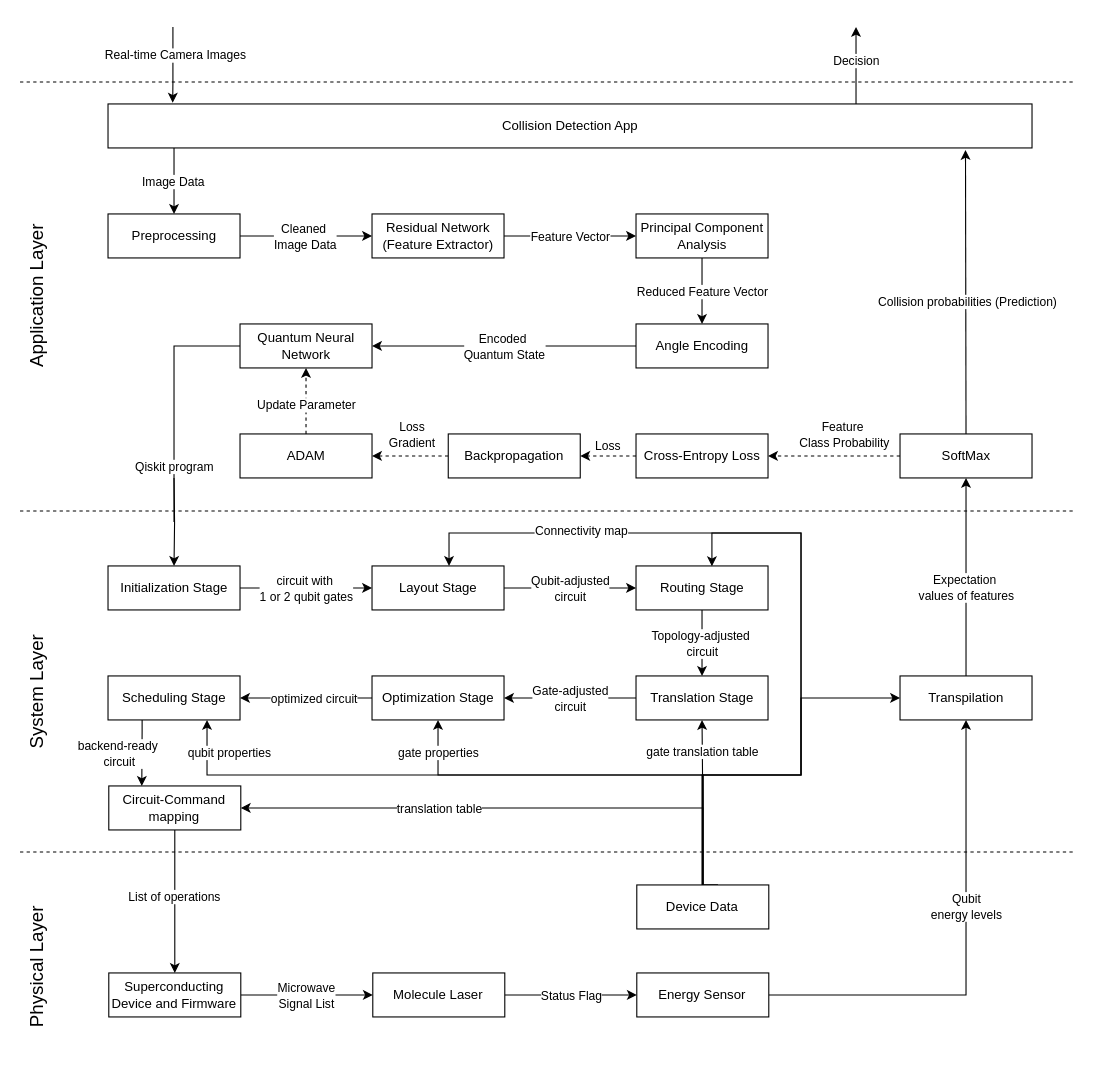
Before: page "scenario4" (4 of 4) of docs/scenario-based-analysis/images/scenarios.drawio in FullStaQD/architecture, a draw.io diagram. Source tidied: cells renumbered, new cells numbered last; positions are measured from the earlier drawing's top-left corner, leaving out a move shared by most shapes. Both pictures are drawn from the tidied source at 110%, with x=0, y=0 at pixel (-57, 26).
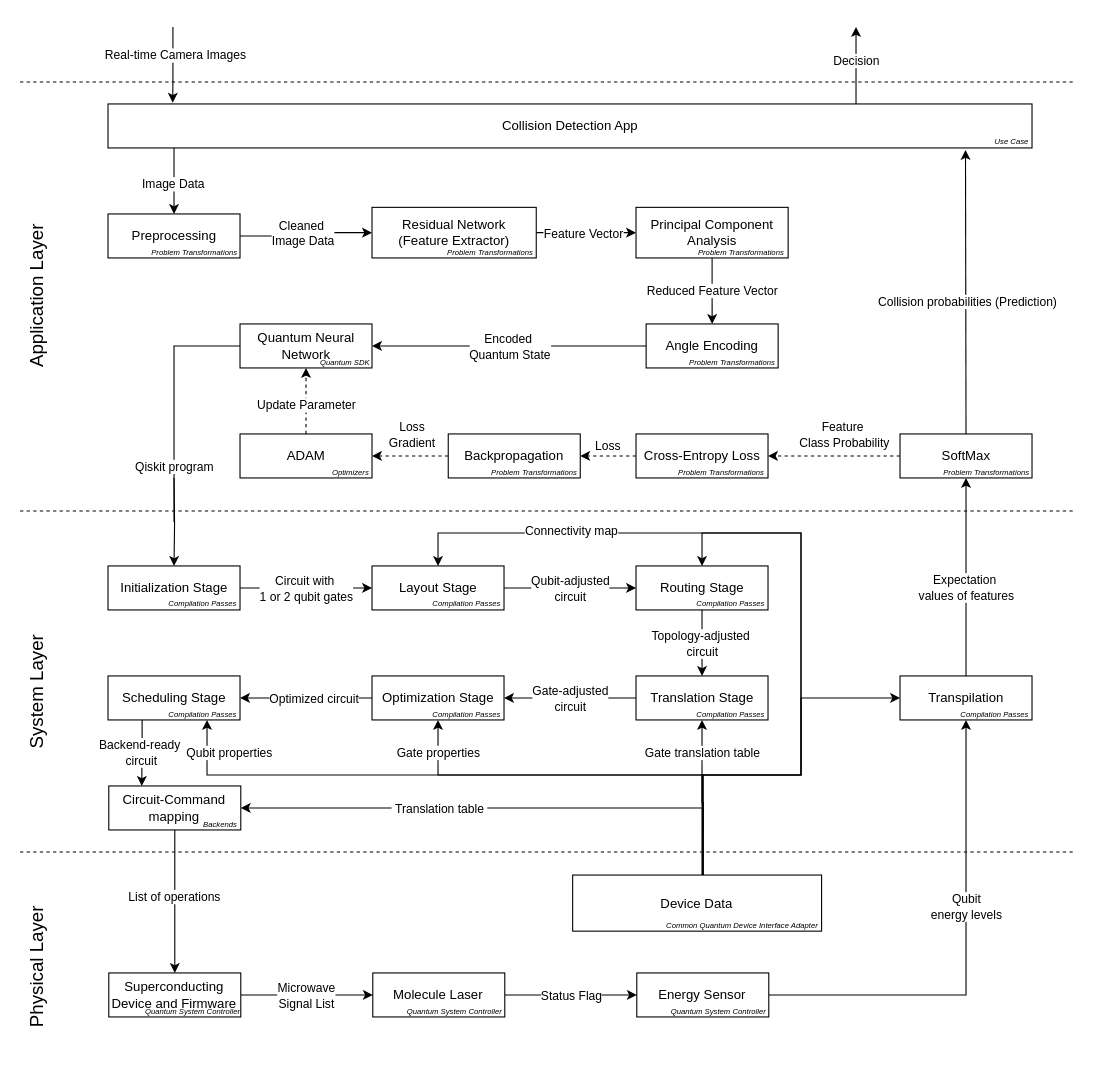
Above is the later version.

The change refers to these unchanged cells:
```xml
<mxCell id="13" style="edgeStyle=orthogonalEdgeStyle;rounded=0;jettySize=auto;html=1;entryX=0;entryY=0.5;entryDx=0;entryDy=0;" parent="1" edge="1" source="16" target="12">
  <mxGeometry relative="1" as="geometry" />
</mxCell>
<mxCell id="27" value="Routing Stage" style="rounded=0;whiteSpace=wrap;html=1;" parent="1" vertex="1">
  <mxGeometry x="629.7" y="490" width="120" height="40" as="geometry" />
</mxCell>
<mxCell id="30" value="Layout Stage" style="rounded=0;whiteSpace=wrap;html=1;" parent="1" vertex="1">
  <mxGeometry x="389.7" y="490" width="120" height="40" as="geometry" />
</mxCell>
<mxCell id="31" style="edgeStyle=orthogonalEdgeStyle;rounded=0;jettySize=auto;html=1;entryX=0;entryY=0.5;entryDx=0;entryDy=0;" parent="1" edge="1" source="33" target="30">
  <mxGeometry relative="1" as="geometry" />
</mxCell>
<mxCell id="36" value="Translation Stage" style="rounded=0;whiteSpace=wrap;html=1;" parent="1" vertex="1">
  <mxGeometry x="629.7" y="590" width="120" height="40" as="geometry" />
</mxCell>
<mxCell id="37" style="edgeStyle=orthogonalEdgeStyle;rounded=0;jettySize=auto;html=1;entryX=1;entryY=0.5;entryDx=0;entryDy=0;" parent="1" edge="1" source="39" target="42">
  <mxGeometry relative="1" as="geometry" />
</mxCell>
<mxCell id="39" value="Optimization Stage" style="rounded=0;whiteSpace=wrap;html=1;" parent="1" vertex="1">
  <mxGeometry x="389.7" y="590" width="120" height="40" as="geometry" />
</mxCell>
<mxCell id="40" style="edgeStyle=orthogonalEdgeStyle;rounded=0;jettySize=auto;html=1;entryX=0.25;entryY=0;entryDx=0;entryDy=0;" parent="1" edge="1" source="42" target="80">
  <mxGeometry relative="1" as="geometry">
    <Array as="points">
      <mxPoint x="180.7" y="640" />
      <mxPoint x="180.7" y="640" />
    </Array>
  </mxGeometry>
</mxCell>
<mxCell id="42" value="Scheduling Stage" style="rounded=0;whiteSpace=wrap;html=1;" parent="1" vertex="1">
  <mxGeometry x="149.7" y="590" width="120" height="40" as="geometry" />
</mxCell>
<mxCell id="67" value="Transpilation" style="rounded=0;whiteSpace=wrap;html=1;" parent="1" vertex="1">
  <mxGeometry x="869.7" y="590" width="120" height="40" as="geometry" />
</mxCell>
<mxCell id="80" value="Circuit-Command&lt;div&gt;mapping&lt;/div&gt;" style="rounded=0;whiteSpace=wrap;html=1;" parent="1" vertex="1">
  <mxGeometry x="150.4" y="690" width="120" height="40" as="geometry" />
</mxCell>
```

What changed in the source:
```diff
@@
-    <mxCell id="10" style="edgeStyle=orthogonalEdgeStyle;rounded=0;jettySize=auto;html=1;" parent="1" edge="1" source="12" target="20">
-      <mxGeometry relative="1" as="geometry">
-        <Array as="points">
-          <mxPoint x="689.7" y="230" />
-          <mxPoint x="689.7" y="230" />
-        </Array>
-      </mxGeometry>
+    <mxCell id="10" style="edgeStyle=orthogonalEdgeStyle;rounded=0;jettySize=auto;html=1;exitX=0.5;exitY=1;exitDx=0;exitDy=0;entryX=0.5;entryY=0;entryDx=0;entryDy=0;" parent="1" edge="1" source="12" target="20">
+      <mxGeometry relative="1" as="geometry" />
     </mxCell>
@@
     <mxCell id="12" value="Principal Component Analysis" style="rounded=0;whiteSpace=wrap;html=1;" parent="1" vertex="1">
-      <mxGeometry x="629.7" y="170" width="120" height="40" as="geometry" />
+      <mxGeometry x="629.7" y="164" width="138.3" height="46" as="geometry" />
     </mxCell>
@@
     <mxCell id="14" value="Cleaned&amp;nbsp;&lt;div&gt;Image Data&lt;/div&gt;" style="edgeLabel;html=1;align=center;verticalAlign=middle;labelBackgroundColor=default;" parent="13" vertex="1">
       <mxGeometry x="-0.2" relative="1" as="geometry">
-        <mxPoint x="-229" as="offset" />
+        <mxPoint x="-249" as="offset" />
       </mxGeometry>
     </mxCell>
     <mxCell id="15" value="Feature Vector" style="edgeLabel;html=1;align=center;verticalAlign=middle;" parent="13" vertex="1">
       <mxGeometry x="-0.17" y="-3" relative="1" as="geometry">
-        <mxPoint x="10" y="-3" as="offset" />
+        <mxPoint x="4" y="-3" as="offset" />
       </mxGeometry>
     </mxCell>
     <mxCell id="16" value="Residual Network&lt;div&gt;(Feature Extractor)&lt;/div&gt;" style="rounded=0;whiteSpace=wrap;html=1;" parent="1" vertex="1">
-      <mxGeometry x="389.7" y="170" width="120" height="40" as="geometry" />
+      <mxGeometry x="389.7" y="164" width="149.3" height="46" as="geometry" />
     </mxCell>
@@
     <mxCell id="20" value="Angle Encoding" style="rounded=0;whiteSpace=wrap;html=1;" parent="1" vertex="1">
-      <mxGeometry x="629.7" y="270" width="120" height="40" as="geometry" />
+      <mxGeometry x="638.9" y="270" width="120" height="40" as="geometry" />
     </mxCell>
@@
-    <mxCell id="32" value="circuit with&amp;nbsp;&lt;div&gt;1 or 2 qubit gates&lt;/div&gt;" style="edgeLabel;html=1;align=center;verticalAlign=middle;" parent="31" vertex="1">
+    <mxCell id="32" value="Circuit with&amp;nbsp;&lt;div&gt;1 or 2 qubit gates&lt;/div&gt;" style="edgeLabel;html=1;align=center;verticalAlign=middle;" parent="31" vertex="1">
       <mxGeometry x="0.11" y="-3" relative="1" as="geometry">
         <mxPoint x="-7" y="-3" as="offset" />
       </mxGeometry>
     </mxCell>
@@
-    <mxCell id="38" value="optimized circuit" style="edgeLabel;html=1;align=center;verticalAlign=middle;" parent="37" vertex="1">
+    <mxCell id="38" value="Optimized circuit" style="edgeLabel;html=1;align=center;verticalAlign=middle;" parent="37" vertex="1">
       <mxGeometry x="-0.11" y="1" relative="1" as="geometry">
         <mxPoint y="-1" as="offset" />
       </mxGeometry>
     </mxCell>
@@
-    <mxCell id="41" value="backend-ready&amp;nbsp;&lt;div&gt;circuit&lt;/div&gt;" style="edgeLabel;html=1;align=center;verticalAlign=middle;" parent="40" vertex="1">
+    <mxCell id="41" value="Backend-ready&amp;nbsp;&lt;div&gt;circuit&lt;/div&gt;" style="edgeLabel;html=1;align=center;verticalAlign=middle;" parent="40" vertex="1">
       <mxGeometry x="0.21" y="1" relative="1" as="geometry">
-        <mxPoint x="-22" y="-6" as="offset" />
+        <mxPoint x="-2" y="-7" as="offset" />
       </mxGeometry>
     </mxCell>
@@
-    <mxCell id="54" style="edgeStyle=orthogonalEdgeStyle;rounded=0;jettySize=auto;html=1;entryX=0.5;entryY=1;entryDx=0;entryDy=0;" parent="1" edge="1" source="64" target="39">
+    <mxCell id="54" style="edgeStyle=orthogonalEdgeStyle;rounded=0;jettySize=auto;html=1;entryX=0.5;entryY=1;entryDx=0;entryDy=0;" parent="1" edge="1" target="39">
       <mxGeometry relative="1" as="geometry">
+        <mxPoint x="690.4" y="780" as="sourcePoint" />
         <Array as="points">
           <mxPoint x="690.7" y="680" />
           <mxPoint x="449.7" y="680" />
         </Array>
       </mxGeometry>
     </mxCell>
-    <mxCell id="55" value="gate properties" style="edgeLabel;html=1;align=center;verticalAlign=middle;" parent="54" vertex="1">
+    <mxCell id="55" value="Gate properties" style="edgeLabel;html=1;align=center;verticalAlign=middle;" parent="54" vertex="1">
       <mxGeometry x="0.85" y="1" relative="1" as="geometry">
         <mxPoint x="1" as="offset" />
       </mxGeometry>
     </mxCell>
-    <mxCell id="56" style="edgeStyle=orthogonalEdgeStyle;rounded=0;jettySize=auto;html=1;entryX=0.5;entryY=0;entryDx=0;entryDy=0;exitX=0.615;exitY=-0.004;exitDx=0;exitDy=0;exitPerimeter=0;" parent="1" edge="1" source="64">
+    <mxCell id="56" style="edgeStyle=orthogonalEdgeStyle;rounded=0;jettySize=auto;html=1;exitX=0.615;exitY=-0.004;exitDx=0;exitDy=0;exitPerimeter=0;entryX=0.5;entryY=0;entryDx=0;entryDy=0;" parent="1" edge="1" target="30">
       <mxGeometry relative="1" as="geometry">
-        <mxPoint x="459.7" y="490" as="targetPoint" />
+        <mxPoint x="704.2" y="779.8" as="sourcePoint" />
         <Array as="points">
-          <mxPoint x="689.7" y="780" />
+          <mxPoint x="689.7" y="779.8" />
           <mxPoint x="689.7" y="680" />
           <mxPoint x="779.7" y="680" />
           <mxPoint x="779.7" y="460" />
-          <mxPoint x="459.7" y="460" />
+          <mxPoint x="450.4" y="460" />
+          <mxPoint x="450.4" y="490" />
         </Array>
       </mxGeometry>
     </mxCell>
-    <mxCell id="57" style="edgeStyle=orthogonalEdgeStyle;rounded=0;jettySize=auto;html=1;entryX=0;entryY=0.5;entryDx=0;entryDy=0;" parent="1" edge="1" source="64" target="67">
+    <mxCell id="57" style="edgeStyle=orthogonalEdgeStyle;rounded=0;jettySize=auto;html=1;entryX=0;entryY=0.5;entryDx=0;entryDy=0;" parent="1" edge="1" target="67">
       <mxGeometry relative="1" as="geometry">
+        <mxPoint x="690.4" y="780" as="sourcePoint" />
         <Array as="points">
           <mxPoint x="690.7" y="680" />
           <mxPoint x="779.7" y="680" />
           <mxPoint x="779.7" y="610" />
         </Array>
       </mxGeometry>
     </mxCell>
-    <mxCell id="58" style="edgeStyle=orthogonalEdgeStyle;rounded=0;jettySize=auto;html=1;" parent="1" edge="1" source="64" target="36">
-      <mxGeometry relative="1" as="geometry" />
+    <mxCell id="58" style="edgeStyle=orthogonalEdgeStyle;rounded=0;jettySize=auto;html=1;" parent="1" edge="1" target="36">
+      <mxGeometry relative="1" as="geometry">
+        <mxPoint x="690.4" y="780" as="sourcePoint" />
+      </mxGeometry>
     </mxCell>
-    <mxCell id="59" value="gate translation table" style="edgeLabel;html=1;align=center;verticalAlign=middle;" parent="58" vertex="1">
+    <mxCell id="59" value="Gate translation table" style="edgeLabel;html=1;align=center;verticalAlign=middle;" parent="58" vertex="1">
       <mxGeometry x="0.51" relative="1" as="geometry">
         <mxPoint y="-8" as="offset" />
       </mxGeometry>
     </mxCell>
-    <mxCell id="60" style="edgeStyle=orthogonalEdgeStyle;rounded=0;jettySize=auto;html=1;entryX=0.75;entryY=1;entryDx=0;entryDy=0;" parent="1" edge="1" source="64" target="42">
+    <mxCell id="60" style="edgeStyle=orthogonalEdgeStyle;rounded=0;jettySize=auto;html=1;entryX=0.75;entryY=1;entryDx=0;entryDy=0;" parent="1" edge="1" target="42">
       <mxGeometry relative="1" as="geometry">
+        <mxPoint x="690.4" y="780" as="sourcePoint" />
         <Array as="points">
           <mxPoint x="690.7" y="680" />
           <mxPoint x="239.7" y="680" />
         </Array>
       </mxGeometry>
     </mxCell>
-    <mxCell id="61" value="qubit properties" style="edgeLabel;html=1;align=center;verticalAlign=middle;" parent="60" vertex="1">
+    <mxCell id="61" value="Qubit properties" style="edgeLabel;html=1;align=center;verticalAlign=middle;" parent="60" vertex="1">
       <mxGeometry x="0.9" relative="1" as="geometry">
         <mxPoint x="20" as="offset" />
       </mxGeometry>
     </mxCell>
-    <mxCell id="62" style="edgeStyle=orthogonalEdgeStyle;rounded=0;jettySize=auto;html=1;entryX=1;entryY=0.5;entryDx=0;entryDy=0;" parent="1" edge="1" source="64" target="80">
+    <mxCell id="62" style="edgeStyle=orthogonalEdgeStyle;rounded=0;jettySize=auto;html=1;entryX=1;entryY=0.5;entryDx=0;entryDy=0;" parent="1" edge="1" target="80">
       <mxGeometry relative="1" as="geometry">
+        <mxPoint x="690.4" y="780" as="sourcePoint" />
         <Array as="points">
           <mxPoint x="690.7" y="710" />
         </Array>
       </mxGeometry>
     </mxCell>
-    <mxCell id="63" value="translation table" style="edgeLabel;html=1;align=center;verticalAlign=middle;" parent="62" vertex="1">
+    <mxCell id="63" value="&amp;nbsp;Translation table&amp;nbsp;" style="edgeLabel;html=1;align=center;verticalAlign=middle;" parent="62" vertex="1">
       <mxGeometry x="0.33" y="-2" relative="1" as="geometry">
         <mxPoint x="16" y="2" as="offset" />
       </mxGeometry>
     </mxCell>
-    <mxCell id="64" value="Device Data" style="rounded=0;whiteSpace=wrap;html=1;" parent="1" vertex="1">
-      <mxGeometry x="630.4" y="780" width="120" height="40" as="geometry" />
-    </mxCell>
@@
-    <mxCell id="68" style="edgeStyle=orthogonalEdgeStyle;rounded=0;jettySize=auto;html=1;entryX=0.575;entryY=0.005;entryDx=0;entryDy=0;entryPerimeter=0;" parent="1" edge="1" source="64" target="27">
+    <mxCell id="68" style="edgeStyle=orthogonalEdgeStyle;rounded=0;jettySize=auto;html=1;entryX=0.5;entryY=0;entryDx=0;entryDy=0;" parent="1" edge="1" target="27">
       <mxGeometry relative="1" as="geometry">
+        <mxPoint x="690.4" y="780" as="sourcePoint" />
         <Array as="points">
-          <mxPoint x="690.7" y="680" />
+          <mxPoint x="690.4" y="680" />
           <mxPoint x="779.7" y="680" />
           <mxPoint x="779.7" y="460" />
-          <mxPoint x="698.7" y="460" />
+          <mxPoint x="690.4" y="460" />
+          <mxPoint x="690.4" y="490" />
         </Array>
       </mxGeometry>
     </mxCell>
@@
+    <mxCell id="91" value="&lt;i&gt;&lt;font style=&quot;font-size: 7px;&quot;&gt;Use Case&lt;/font&gt;&lt;/i&gt;" style="text;html=1;whiteSpace=wrap;strokeColor=none;fillColor=none;align=center;verticalAlign=middle;rounded=0;fontSize=9;" parent="1" vertex="1">
+      <mxGeometry x="906" y="89" width="131" height="30" as="geometry" />
+    </mxCell>
+    <mxCell id="92" value="&lt;i&gt;&lt;font style=&quot;font-size: 7px;&quot;&gt;Problem Transformations&lt;/font&gt;&lt;/i&gt;" style="text;html=1;whiteSpace=wrap;strokeColor=none;fillColor=none;align=center;verticalAlign=middle;rounded=0;" parent="1" vertex="1">
+      <mxGeometry x="171" y="196" width="114.7" height="16" as="geometry" />
+    </mxCell>
+    <mxCell id="93" value="&lt;i&gt;&lt;font style=&quot;font-size: 7px;&quot;&gt;Problem Transformations&lt;/font&gt;&lt;/i&gt;" style="text;html=1;whiteSpace=wrap;strokeColor=none;fillColor=none;align=center;verticalAlign=middle;rounded=0;" parent="1" vertex="1">
+      <mxGeometry x="440" y="196" width="114.7" height="16" as="geometry" />
+    </mxCell>
+    <mxCell id="94" value="&lt;i&gt;&lt;font style=&quot;font-size: 7px;&quot;&gt;Problem Transformations&lt;/font&gt;&lt;/i&gt;" style="text;html=1;whiteSpace=wrap;strokeColor=none;fillColor=none;align=center;verticalAlign=middle;rounded=0;" parent="1" vertex="1">
+      <mxGeometry x="668" y="196" width="114.7" height="16" as="geometry" />
+    </mxCell>
+    <mxCell id="95" value="&lt;i&gt;&lt;font style=&quot;font-size: 7px;&quot;&gt;Problem Transformations&lt;/font&gt;&lt;/i&gt;" style="text;html=1;whiteSpace=wrap;strokeColor=none;fillColor=none;align=center;verticalAlign=middle;rounded=0;" parent="1" vertex="1">
+      <mxGeometry x="660" y="296" width="114.7" height="16" as="geometry" />
+    </mxCell>
+    <mxCell id="96" value="&lt;i&gt;&lt;font style=&quot;font-size: 7px;&quot;&gt;Quantum SDK&lt;/font&gt;&lt;/i&gt;" style="text;html=1;whiteSpace=wrap;strokeColor=none;fillColor=none;align=center;verticalAlign=middle;rounded=0;" parent="1" vertex="1">
+      <mxGeometry x="308" y="296" width="114.7" height="16" as="geometry" />
+    </mxCell>
+    <mxCell id="97" value="&lt;i&gt;&lt;font style=&quot;font-size: 7px;&quot;&gt;Optimizers&lt;/font&gt;&lt;/i&gt;" style="text;html=1;whiteSpace=wrap;strokeColor=none;fillColor=none;align=center;verticalAlign=middle;rounded=0;" parent="1" vertex="1">
+      <mxGeometry x="313" y="396" width="114.7" height="16" as="geometry" />
+    </mxCell>
+    <mxCell id="98" value="&lt;i&gt;&lt;font style=&quot;font-size: 7px;&quot;&gt;Problem Transformations&lt;/font&gt;&lt;/i&gt;" style="text;html=1;whiteSpace=wrap;strokeColor=none;fillColor=none;align=center;verticalAlign=middle;rounded=0;" parent="1" vertex="1">
+      <mxGeometry x="650" y="396" width="114.7" height="16" as="geometry" />
+    </mxCell>
+    <mxCell id="99" value="&lt;i&gt;&lt;font style=&quot;font-size: 7px;&quot;&gt;Problem Transformations&lt;/font&gt;&lt;/i&gt;" style="text;html=1;whiteSpace=wrap;strokeColor=none;fillColor=none;align=center;verticalAlign=middle;rounded=0;" parent="1" vertex="1">
+      <mxGeometry x="480" y="396" width="114.7" height="16" as="geometry" />
+    </mxCell>
+    <mxCell id="100" value="&lt;i&gt;&lt;font style=&quot;font-size: 7px;&quot;&gt;Problem Transformations&lt;/font&gt;&lt;/i&gt;" style="text;html=1;whiteSpace=wrap;strokeColor=none;fillColor=none;align=center;verticalAlign=middle;rounded=0;" parent="1" vertex="1">
+      <mxGeometry x="891" y="396" width="114.7" height="16" as="geometry" />
+    </mxCell>
+    <mxCell id="101" value="&lt;font style=&quot;font-size: 7px;&quot;&gt;&lt;i&gt;Compilation Passes&lt;/i&gt;&lt;/font&gt;" style="text;html=1;whiteSpace=wrap;strokeColor=none;fillColor=none;align=center;verticalAlign=middle;rounded=0;" parent="1" vertex="1">
+      <mxGeometry x="201.7" y="508" width="68" height="30" as="geometry" />
+    </mxCell>
+    <mxCell id="102" value="&lt;font style=&quot;font-size: 7px;&quot;&gt;&lt;i&gt;Compilation Passes&lt;/i&gt;&lt;/font&gt;" style="text;html=1;whiteSpace=wrap;strokeColor=none;fillColor=none;align=center;verticalAlign=middle;rounded=0;" parent="1" vertex="1">
+      <mxGeometry x="442.4" y="508" width="68" height="30" as="geometry" />
+    </mxCell>
+    <mxCell id="103" value="&lt;font style=&quot;font-size: 7px;&quot;&gt;&lt;i&gt;Compilation Passes&lt;/i&gt;&lt;/font&gt;" style="text;html=1;whiteSpace=wrap;strokeColor=none;fillColor=none;align=center;verticalAlign=middle;rounded=0;" parent="1" vertex="1">
+      <mxGeometry x="682.4" y="508" width="68" height="30" as="geometry" />
+    </mxCell>
+    <mxCell id="104" value="&lt;font style=&quot;font-size: 7px;&quot;&gt;&lt;i&gt;Compilation Passes&lt;/i&gt;&lt;/font&gt;" style="text;html=1;whiteSpace=wrap;strokeColor=none;fillColor=none;align=center;verticalAlign=middle;rounded=0;" parent="1" vertex="1">
+      <mxGeometry x="682.4" y="609" width="68" height="30" as="geometry" />
+    </mxCell>
+    <mxCell id="105" value="&lt;font style=&quot;font-size: 7px;&quot;&gt;&lt;i&gt;Compilation Passes&lt;/i&gt;&lt;/font&gt;" style="text;html=1;whiteSpace=wrap;strokeColor=none;fillColor=none;align=center;verticalAlign=middle;rounded=0;" parent="1" vertex="1">
+      <mxGeometry x="442.4" y="609" width="68" height="30" as="geometry" />
+    </mxCell>
+    <mxCell id="106" value="&lt;font style=&quot;font-size: 7px;&quot;&gt;&lt;i&gt;Compilation Passes&lt;/i&gt;&lt;/font&gt;" style="text;html=1;whiteSpace=wrap;strokeColor=none;fillColor=none;align=center;verticalAlign=middle;rounded=0;" parent="1" vertex="1">
+      <mxGeometry x="202.4" y="609" width="68" height="30" as="geometry" />
+    </mxCell>
+    <mxCell id="107" value="&lt;font style=&quot;font-size: 7px;&quot;&gt;&lt;i&gt;Compilation Passes&lt;/i&gt;&lt;/font&gt;" style="text;html=1;whiteSpace=wrap;strokeColor=none;fillColor=none;align=center;verticalAlign=middle;rounded=0;" parent="1" vertex="1">
+      <mxGeometry x="921.7" y="609" width="68" height="30" as="geometry" />
+    </mxCell>
+    <mxCell id="108" value="&lt;font style=&quot;font-size: 7px;&quot;&gt;&lt;i&gt;Backends&lt;/i&gt;&lt;/font&gt;" style="text;html=1;whiteSpace=wrap;strokeColor=none;fillColor=none;align=center;verticalAlign=middle;rounded=0;" parent="1" vertex="1">
+      <mxGeometry x="218" y="709" width="68" height="30" as="geometry" />
+    </mxCell>
+    <mxCell id="109" value="&lt;font style=&quot;font-size: 7px;&quot;&gt;&lt;i&gt;Quantum System Controller&lt;/i&gt;&lt;/font&gt;" style="text;html=1;whiteSpace=wrap;strokeColor=none;fillColor=none;align=center;verticalAlign=middle;rounded=0;" parent="1" vertex="1">
+      <mxGeometry x="165" y="879" width="124" height="30" as="geometry" />
+    </mxCell>
+    <mxCell id="110" value="&lt;font style=&quot;font-size: 7px;&quot;&gt;&lt;i&gt;Quantum System Controller&lt;/i&gt;&lt;/font&gt;" style="text;html=1;whiteSpace=wrap;strokeColor=none;fillColor=none;align=center;verticalAlign=middle;rounded=0;" parent="1" vertex="1">
+      <mxGeometry x="403" y="879" width="124" height="30" as="geometry" />
+    </mxCell>
+    <mxCell id="111" value="&lt;font style=&quot;font-size: 7px;&quot;&gt;&lt;i&gt;Quantum System Controller&lt;/i&gt;&lt;/font&gt;" style="text;html=1;whiteSpace=wrap;strokeColor=none;fillColor=none;align=center;verticalAlign=middle;rounded=0;" parent="1" vertex="1">
+      <mxGeometry x="643" y="879" width="124" height="30" as="geometry" />
+    </mxCell>
+    <mxCell id="64" value="Device Data" style="rounded=0;whiteSpace=wrap;html=1;" parent="1" vertex="1">
+      <mxGeometry x="572.1" y="771" width="226.3" height="51" as="geometry" />
+    </mxCell>
+    <mxCell id="112" value="&lt;font style=&quot;font-size: 7px;&quot;&gt;&lt;i&gt;Common Quantum Device Interface Adapter&lt;/i&gt;&lt;/font&gt;" style="text;html=1;whiteSpace=wrap;strokeColor=none;fillColor=none;align=center;verticalAlign=middle;rounded=0;" parent="1" vertex="1">
+      <mxGeometry x="646.3" y="801" width="161" height="30" as="geometry" />
+    </mxCell>
```
